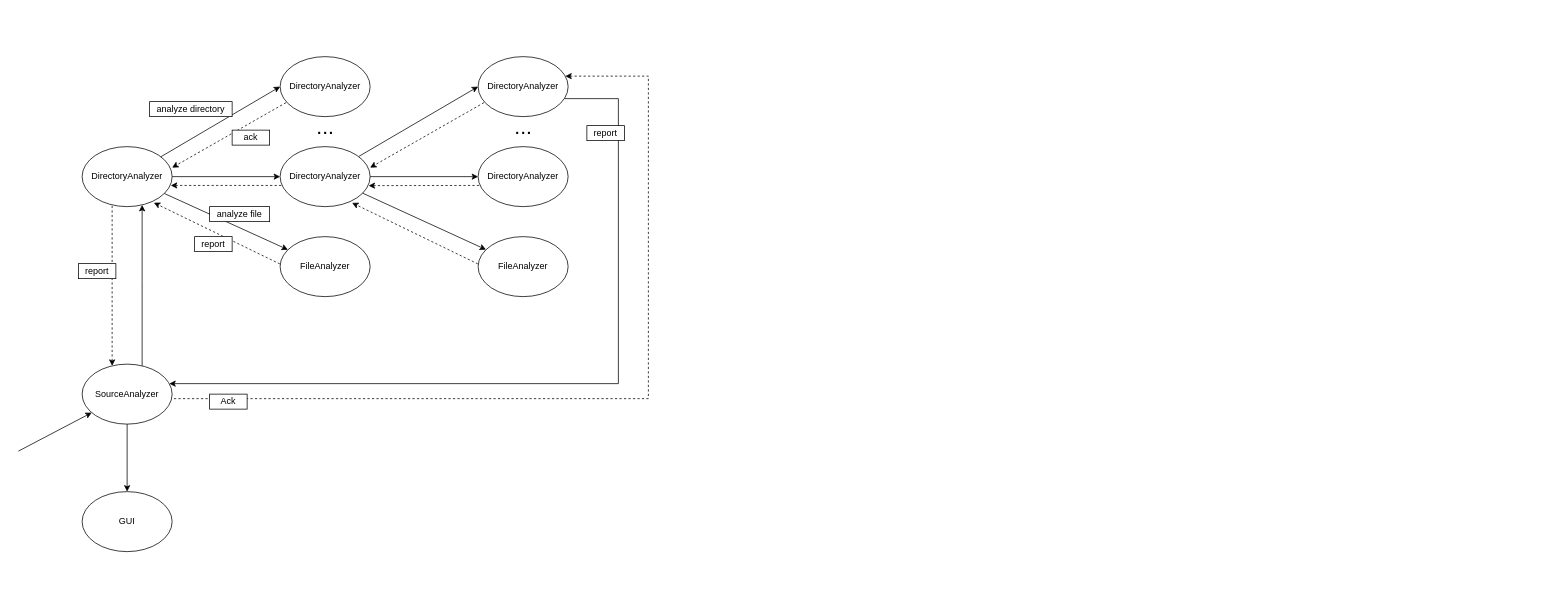
This is docs/pcd-assignment-03.drawio from kelvin-olaiya/pcd-assignment-03, a draw.io file, before an edit. Source tidied: cells renumbered, new cells numbered last; positions are measured from the earlier drawing's top-left corner, leaving out a move shared by most shapes. Both pictures are drawn from the tidied source at 75%, with x=0, y=0 at pixel (18, 56).
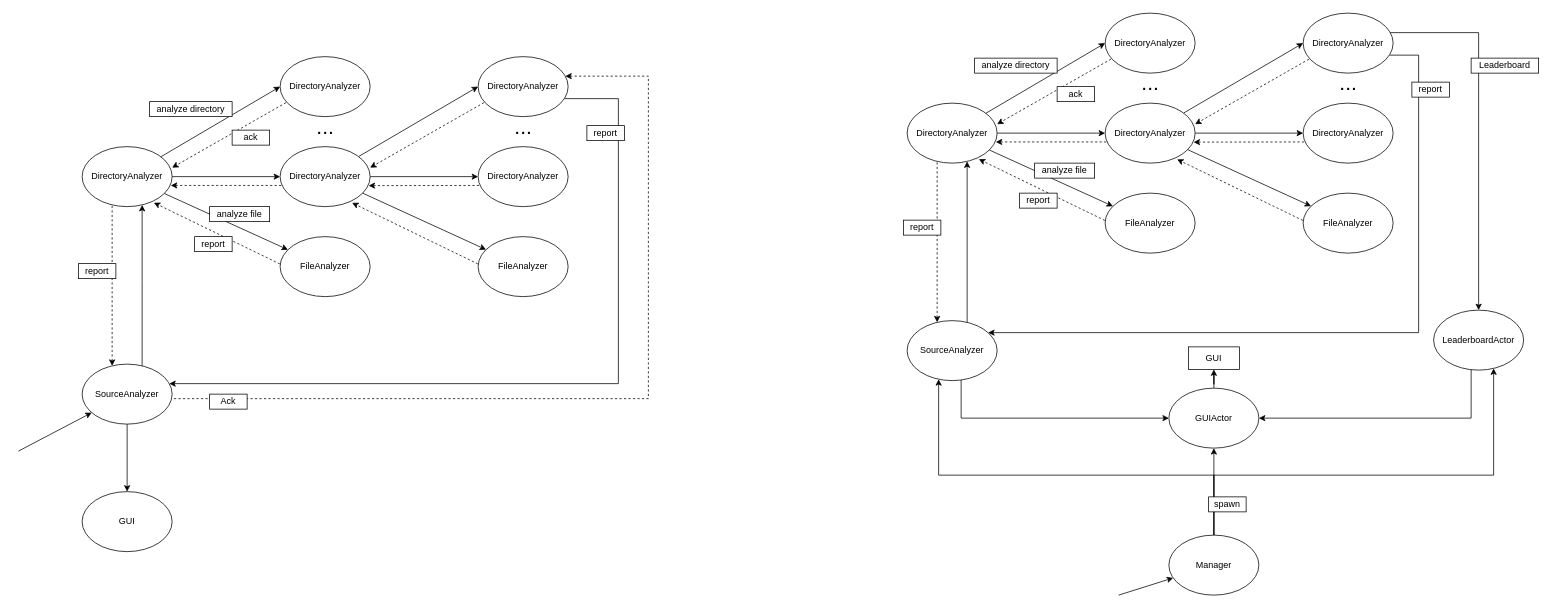
After the change.

Commit message:
update schema: leaderboard, gut and manager actors

What changed in the source:
```diff
@@
+    <mxCell id="38" style="edgeStyle=orthogonalEdgeStyle;rounded=0;jettySize=auto;html=1;" parent="1" edge="1" source="40" target="41">
+      <mxGeometry relative="1" as="geometry">
+        <Array as="points">
+          <mxPoint x="1265" y="242" />
+          <mxPoint x="1265" y="242" />
+        </Array>
+      </mxGeometry>
+    </mxCell>
+    <mxCell id="39" style="edgeStyle=orthogonalEdgeStyle;rounded=0;jettySize=auto;html=1;" parent="1" edge="1" source="40" target="77">
+      <mxGeometry relative="1" as="geometry">
+        <Array as="points">
+          <mxPoint x="1257" y="482" />
+        </Array>
+      </mxGeometry>
+    </mxCell>
+    <mxCell id="40" value="SourceAnalyzer" style="ellipse;whiteSpace=wrap;html=1;" parent="1" vertex="1">
+      <mxGeometry x="1185" y="352" width="120" height="80" as="geometry" />
+    </mxCell>
+    <mxCell id="41" value="DirectoryAnalyzer" style="ellipse;whiteSpace=wrap;html=1;" parent="1" vertex="1">
+      <mxGeometry x="1185" y="62" width="120" height="80" as="geometry" />
+    </mxCell>
+    <mxCell id="42" value="FileAnalyzer" style="ellipse;whiteSpace=wrap;html=1;" parent="1" vertex="1">
+      <mxGeometry x="1449" y="182" width="120" height="80" as="geometry" />
+    </mxCell>
+    <mxCell id="43" style="endArrow=classic;html=1;rounded=0;" parent="1" edge="1" target="75">
+      <mxGeometry relative="1" as="geometry">
+        <mxPoint x="1467" y="718" as="sourcePoint" />
+      </mxGeometry>
+    </mxCell>
+    <mxCell id="44" value="DirectoryAnalyzer" style="ellipse;whiteSpace=wrap;html=1;" parent="1" vertex="1">
+      <mxGeometry x="1449" y="-58" width="120" height="80" as="geometry" />
+    </mxCell>
+    <mxCell id="45" value="DirectoryAnalyzer" style="ellipse;whiteSpace=wrap;html=1;" parent="1" vertex="1">
+      <mxGeometry x="1449" y="62" width="120" height="80" as="geometry" />
+    </mxCell>
+    <mxCell id="46" style="rounded=0;jettySize=auto;html=1;entryX=0;entryY=0.5;entryDx=0;entryDy=0;" parent="1" edge="1" source="41" target="44">
+      <mxGeometry relative="1" as="geometry" />
+    </mxCell>
+    <mxCell id="47" style="rounded=0;jettySize=auto;html=1;exitX=0.985;exitY=0.647;exitDx=0;exitDy=0;exitPerimeter=0;entryX=0.026;entryY=0.647;entryDx=0;entryDy=0;entryPerimeter=0;dashed=1;endArrow=none;endFill=0;startArrow=classic;startFill=1;" parent="1" edge="1" source="41" target="45">
+      <mxGeometry relative="1" as="geometry" />
+    </mxCell>
+    <mxCell id="48" style="rounded=0;jettySize=auto;html=1;" parent="1" edge="1" source="41" target="42">
+      <mxGeometry relative="1" as="geometry" />
+    </mxCell>
+    <mxCell id="49" value="..." style="text;html=1;align=center;verticalAlign=middle;strokeColor=none;fillColor=none;fontSize=28;" parent="1" vertex="1">
+      <mxGeometry x="1484" y="10" width="50" height="50" as="geometry" />
+    </mxCell>
+    <mxCell id="50" style="rounded=0;jettySize=auto;html=1;entryX=1;entryY=0.35;entryDx=0;entryDy=0;entryPerimeter=0;exitX=0.065;exitY=0.767;exitDx=0;exitDy=0;exitPerimeter=0;dashed=1;" parent="1" edge="1" source="44" target="41">
+      <mxGeometry relative="1" as="geometry" />
+    </mxCell>
+    <mxCell id="51" style="rounded=0;jettySize=auto;html=1;entryX=1;entryY=0.5;entryDx=0;entryDy=0;endArrow=none;endFill=0;startArrow=classic;startFill=1;" parent="1" edge="1" source="45" target="41">
+      <mxGeometry relative="1" as="geometry" />
+    </mxCell>
+    <mxCell id="52" value="analyze directory" style="rounded=0;whiteSpace=wrap;html=1;" parent="1" vertex="1">
+      <mxGeometry x="1275" y="2" width="110" height="20" as="geometry" />
+    </mxCell>
+    <mxCell id="53" value="ack" style="rounded=0;whiteSpace=wrap;html=1;" parent="1" vertex="1">
+      <mxGeometry x="1385" y="40" width="50" height="20" as="geometry" />
+    </mxCell>
+    <mxCell id="54" value="analyze file" style="rounded=0;whiteSpace=wrap;html=1;" parent="1" vertex="1">
+      <mxGeometry x="1355" y="142" width="80" height="20" as="geometry" />
+    </mxCell>
+    <mxCell id="55" style="edgeStyle=orthogonalEdgeStyle;rounded=0;jettySize=auto;html=1;dashed=1;endArrow=none;endFill=0;startArrow=classic;startFill=1;" parent="1" edge="1" source="40" target="41">
+      <mxGeometry relative="1" as="geometry">
+        <Array as="points">
+          <mxPoint x="1225" y="242" />
+          <mxPoint x="1225" y="242" />
+        </Array>
+      </mxGeometry>
+    </mxCell>
+    <mxCell id="56" style="rounded=0;jettySize=auto;html=1;entryX=0.797;entryY=0.935;entryDx=0;entryDy=0;entryPerimeter=0;exitX=-0.003;exitY=0.455;exitDx=0;exitDy=0;exitPerimeter=0;dashed=1;" parent="1" edge="1" source="42" target="41">
+      <mxGeometry relative="1" as="geometry" />
+    </mxCell>
+    <mxCell id="57" value="report" style="rounded=0;whiteSpace=wrap;html=1;" parent="1" vertex="1">
+      <mxGeometry x="1335" y="182" width="50" height="20" as="geometry" />
+    </mxCell>
+    <mxCell id="58" value="FileAnalyzer" style="ellipse;whiteSpace=wrap;html=1;" parent="1" vertex="1">
+      <mxGeometry x="1713" y="182" width="120" height="80" as="geometry" />
+    </mxCell>
+    <mxCell id="59" style="edgeStyle=orthogonalEdgeStyle;rounded=0;jettySize=auto;html=1;" parent="1" edge="1" source="60" target="40">
+      <mxGeometry relative="1" as="geometry">
+        <Array as="points">
+          <mxPoint x="1867" y="-2" />
+          <mxPoint x="1867" y="368" />
+        </Array>
+      </mxGeometry>
+    </mxCell>
+    <mxCell id="60" value="DirectoryAnalyzer" style="ellipse;whiteSpace=wrap;html=1;" parent="1" vertex="1">
+      <mxGeometry x="1713" y="-58" width="120" height="80" as="geometry" />
+    </mxCell>
+    <mxCell id="61" value="DirectoryAnalyzer" style="ellipse;whiteSpace=wrap;html=1;" parent="1" vertex="1">
+      <mxGeometry x="1713" y="62" width="120" height="80" as="geometry" />
+    </mxCell>
+    <mxCell id="62" style="rounded=0;jettySize=auto;html=1;entryX=0;entryY=0.5;entryDx=0;entryDy=0;" parent="1" edge="1" target="60">
+      <mxGeometry relative="1" as="geometry">
+        <mxPoint x="1554" y="75" as="sourcePoint" />
+      </mxGeometry>
+    </mxCell>
+    <mxCell id="63" style="rounded=0;jettySize=auto;html=1;exitX=0.985;exitY=0.647;exitDx=0;exitDy=0;exitPerimeter=0;entryX=0.026;entryY=0.647;entryDx=0;entryDy=0;entryPerimeter=0;dashed=1;endArrow=none;endFill=0;startArrow=classic;startFill=1;" parent="1" edge="1" target="61">
+      <mxGeometry relative="1" as="geometry">
+        <mxPoint x="1567" y="114" as="sourcePoint" />
+      </mxGeometry>
+    </mxCell>
+    <mxCell id="64" style="rounded=0;jettySize=auto;html=1;" parent="1" edge="1" target="58">
+      <mxGeometry relative="1" as="geometry">
+        <mxPoint x="1559" y="124" as="sourcePoint" />
+      </mxGeometry>
+    </mxCell>
+    <mxCell id="65" value="..." style="text;html=1;align=center;verticalAlign=middle;strokeColor=none;fillColor=none;fontSize=28;" parent="1" vertex="1">
+      <mxGeometry x="1748" y="10" width="50" height="50" as="geometry" />
+    </mxCell>
+    <mxCell id="66" style="rounded=0;jettySize=auto;html=1;entryX=1;entryY=0.35;entryDx=0;entryDy=0;entryPerimeter=0;exitX=0.065;exitY=0.767;exitDx=0;exitDy=0;exitPerimeter=0;dashed=1;" parent="1" edge="1" source="60">
+      <mxGeometry relative="1" as="geometry">
+        <mxPoint x="1569" y="90" as="targetPoint" />
+      </mxGeometry>
+    </mxCell>
+    <mxCell id="67" style="rounded=0;jettySize=auto;html=1;entryX=1;entryY=0.5;entryDx=0;entryDy=0;endArrow=none;endFill=0;startArrow=classic;startFill=1;" parent="1" edge="1" source="61">
+      <mxGeometry relative="1" as="geometry">
+        <mxPoint x="1569" y="102" as="targetPoint" />
+      </mxGeometry>
+    </mxCell>
+    <mxCell id="68" style="rounded=0;jettySize=auto;html=1;entryX=0.797;entryY=0.935;entryDx=0;entryDy=0;entryPerimeter=0;exitX=-0.003;exitY=0.455;exitDx=0;exitDy=0;exitPerimeter=0;dashed=1;" parent="1" edge="1" source="58">
+      <mxGeometry relative="1" as="geometry">
+        <mxPoint x="1545" y="137" as="targetPoint" />
+      </mxGeometry>
+    </mxCell>
+    <mxCell id="69" value="LeaderboardActor" style="ellipse;whiteSpace=wrap;html=1;" parent="1" vertex="1">
+      <mxGeometry x="1887" y="338" width="120" height="80" as="geometry" />
+    </mxCell>
+    <mxCell id="70" value="report" style="rounded=0;whiteSpace=wrap;html=1;" parent="1" vertex="1">
+      <mxGeometry x="1858" y="34" width="50" height="20" as="geometry" />
+    </mxCell>
+    <mxCell id="71" value="report" style="rounded=0;whiteSpace=wrap;html=1;" parent="1" vertex="1">
+      <mxGeometry x="1180" y="218" width="50" height="20" as="geometry" />
+    </mxCell>
+    <mxCell id="72" style="edgeStyle=orthogonalEdgeStyle;rounded=0;jettySize=auto;html=1;" parent="1" edge="1" source="75" target="77">
+      <mxGeometry relative="1" as="geometry" />
+    </mxCell>
+    <mxCell id="73" style="edgeStyle=orthogonalEdgeStyle;rounded=0;jettySize=auto;html=1;" parent="1" edge="1" source="75" target="40">
+      <mxGeometry relative="1" as="geometry">
+        <Array as="points">
+          <mxPoint x="1594" y="558" />
+          <mxPoint x="1227" y="558" />
+        </Array>
+      </mxGeometry>
+    </mxCell>
+    <mxCell id="74" style="edgeStyle=orthogonalEdgeStyle;rounded=0;jettySize=auto;html=1;" parent="1" edge="1" source="75" target="69">
+      <mxGeometry relative="1" as="geometry">
+        <Array as="points">
+          <mxPoint x="1594" y="558" />
+          <mxPoint x="1967" y="558" />
+        </Array>
+      </mxGeometry>
+    </mxCell>
+    <mxCell id="75" value="Manager" style="ellipse;whiteSpace=wrap;html=1;" parent="1" vertex="1">
+      <mxGeometry x="1534" y="638" width="120" height="80" as="geometry" />
+    </mxCell>
+    <mxCell id="76" style="edgeStyle=orthogonalEdgeStyle;rounded=0;jettySize=auto;html=1;" parent="1" edge="1" source="77" target="82">
+      <mxGeometry relative="1" as="geometry" />
+    </mxCell>
+    <mxCell id="77" value="GUIActor" style="ellipse;whiteSpace=wrap;html=1;" parent="1" vertex="1">
+      <mxGeometry x="1534" y="442" width="120" height="80" as="geometry" />
+    </mxCell>
+    <mxCell id="78" style="edgeStyle=orthogonalEdgeStyle;rounded=0;jettySize=auto;html=1;" parent="1" edge="1" source="69" target="77">
+      <mxGeometry relative="1" as="geometry">
+        <Array as="points">
+          <mxPoint x="1937" y="482" />
+        </Array>
+      </mxGeometry>
+    </mxCell>
+    <mxCell id="79" style="edgeStyle=orthogonalEdgeStyle;rounded=0;jettySize=auto;html=1;" parent="1" edge="1" source="60" target="69">
+      <mxGeometry relative="1" as="geometry">
+        <Array as="points">
+          <mxPoint x="1947" y="-32" />
+        </Array>
+      </mxGeometry>
+    </mxCell>
+    <mxCell id="80" value="Leaderboard" style="rounded=0;whiteSpace=wrap;html=1;" parent="1" vertex="1">
+      <mxGeometry x="1937" y="2" width="90" height="20" as="geometry" />
+    </mxCell>
+    <mxCell id="81" value="spawn" style="rounded=0;whiteSpace=wrap;html=1;" parent="1" vertex="1">
+      <mxGeometry x="1587" y="587" width="50" height="20" as="geometry" />
+    </mxCell>
+    <mxCell id="82" value="GUI" style="rounded=0;whiteSpace=wrap;html=1;" parent="1" vertex="1">
+      <mxGeometry x="1560" y="387" width="68" height="30" as="geometry" />
+    </mxCell>
```
